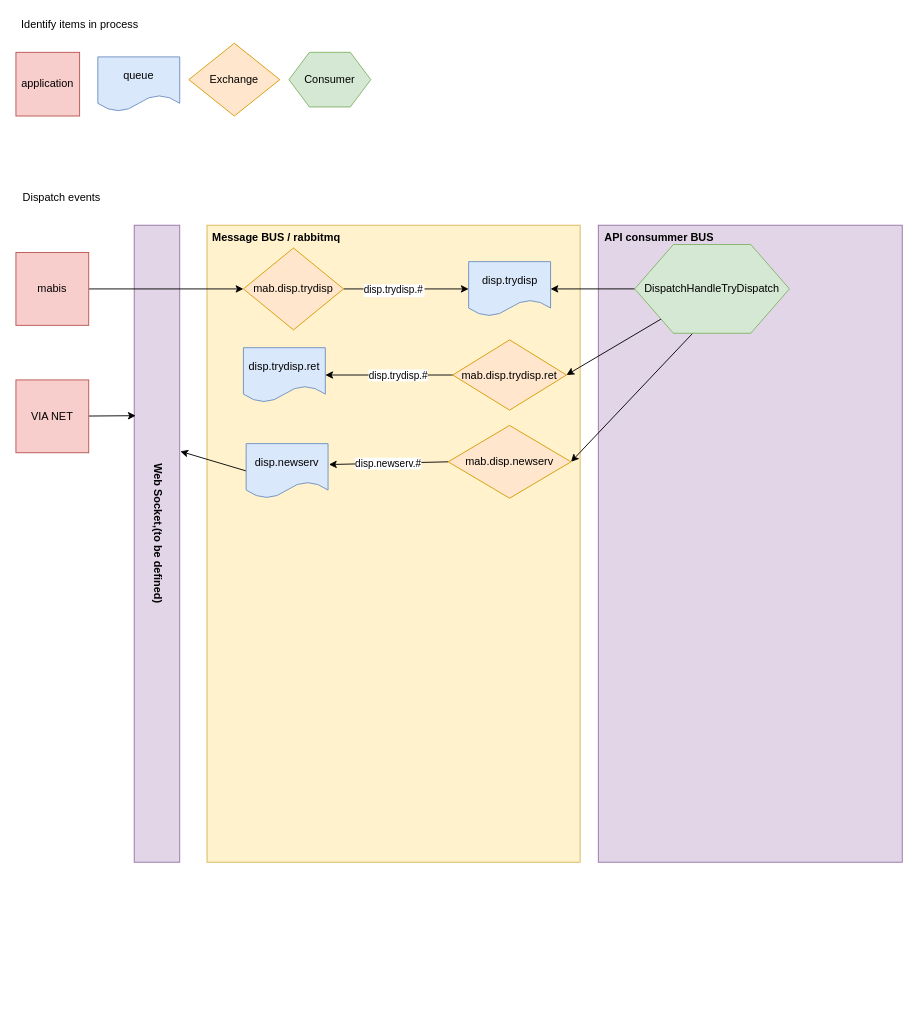
The draw.io diagram page "Fluxo por processo" (2 of 2) of dispatch/Processo Dispatch.drawio in rodrigoporcionato/estudos, before the edit. Source tidied: cells renumbered, new cells numbered last; positions are measured from the earlier drawing's top-left corner, leaving out a move shared by most shapes. Both pictures are drawn from the tidied source at 91%, with x=0, y=0 at pixel (15, 15).
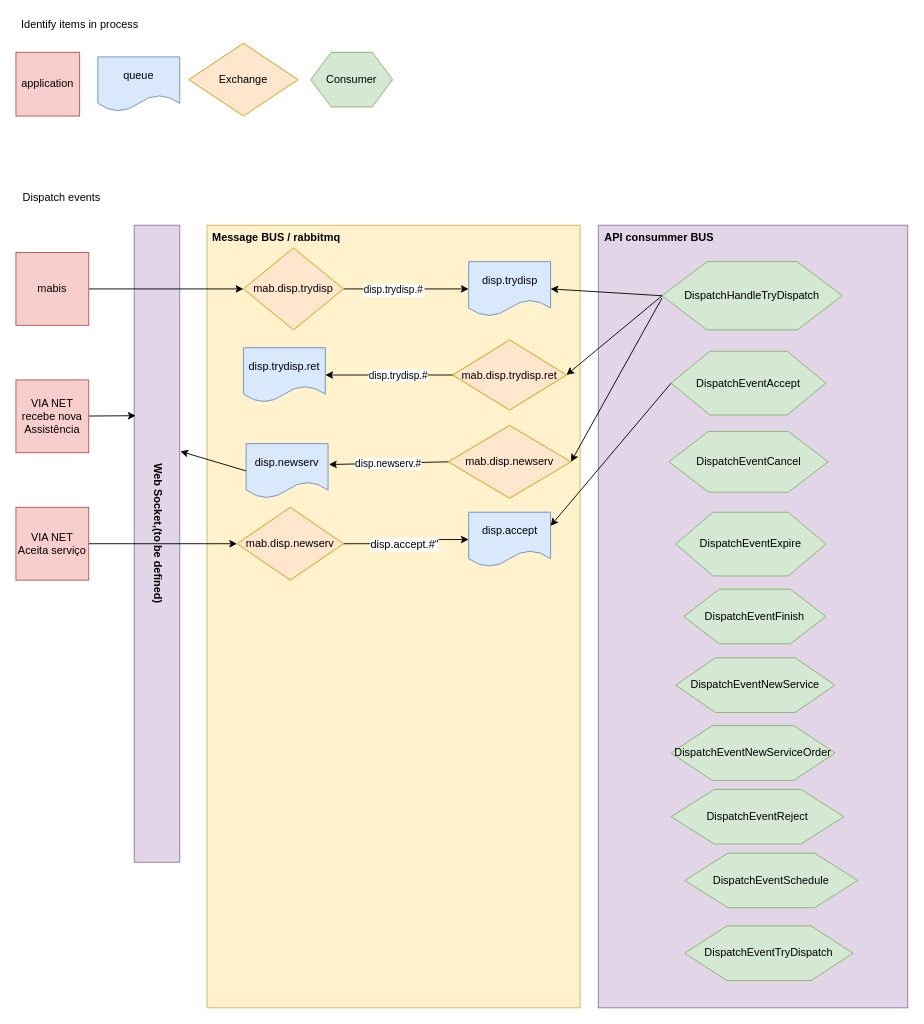
After the change.

Unchanged cells that the change refers to:
```xml
<mxCell id="24" value="mab.disp.trydisp.ret" style="rhombus;whiteSpace=wrap;html=1;fillColor=#ffe6cc;strokeColor=#d79b00;" parent="1" vertex="1">
  <mxGeometry x="480" y="356" width="125" height="77.2" as="geometry" />
</mxCell>
<mxCell id="30" value="mab.disp.newserv" style="rhombus;whiteSpace=wrap;html=1;fillColor=#ffe6cc;strokeColor=#d79b00;" parent="1" vertex="1">
  <mxGeometry x="475" y="450" width="135" height="80" as="geometry" />
</mxCell>
```

What changed in the source:
```diff
@@
     <mxCell id="3" style="rounded=0;whiteSpace=wrap;html=1;fillColor=#e1d5e7;strokeColor=#9673a6;" parent="1" vertex="1">
-      <mxGeometry x="640" y="230" width="334" height="700" as="geometry" />
+      <mxGeometry x="640" y="230" width="340" height="860" as="geometry" />
     </mxCell>
     <mxCell id="4" style="rounded=0;whiteSpace=wrap;html=1;fillColor=#fff2cc;strokeColor=#d6b656;" parent="1" vertex="1">
-      <mxGeometry x="210" y="230" width="410" height="700" as="geometry" />
+      <mxGeometry x="210" y="230" width="410" height="860" as="geometry" />
     </mxCell>
@@
     <mxCell id="6" value="Exchange" style="rhombus;whiteSpace=wrap;html=1;fillColor=#ffe6cc;strokeColor=#d79b00;" parent="1" vertex="1">
-      <mxGeometry x="190" y="30" width="100" height="80" as="geometry" />
+      <mxGeometry x="190" y="30" width="120" height="80" as="geometry" />
     </mxCell>
@@
     <mxCell id="14" value="Consumer" style="shape=hexagon;perimeter=hexagonPerimeter2;whiteSpace=wrap;html=1;fillColor=#d5e8d4;strokeColor=#82b366;" parent="1" vertex="1">
-      <mxGeometry x="300" y="40" width="90" height="60" as="geometry" />
+      <mxGeometry x="324" y="40" width="90" height="60" as="geometry" />
     </mxCell>
@@
-    <mxCell id="18" style="rounded=0;jettySize=auto;html=1;entryX=1;entryY=0.5;entryDx=0;entryDy=0;" parent="1" edge="1" source="20" target="24">
+    <mxCell id="18" style="rounded=0;jettySize=auto;html=1;entryX=1;entryY=0.5;entryDx=0;entryDy=0;exitX=0;exitY=0.5;exitDx=0;exitDy=0;" parent="1" edge="1" source="20" target="24">
       <mxGeometry relative="1" as="geometry" />
     </mxCell>
-    <mxCell id="19" style="edgeStyle=none;rounded=0;jettySize=auto;html=1;exitX=0.375;exitY=1;exitDx=0;exitDy=0;entryX=1;entryY=0.5;entryDx=0;entryDy=0;" parent="1" edge="1" source="20" target="30">
-      <mxGeometry relative="1" as="geometry" />
+    <mxCell id="19" style="edgeStyle=none;rounded=0;jettySize=auto;html=1;entryX=1;entryY=0.5;entryDx=0;entryDy=0;" parent="1" edge="1" target="30">
+      <mxGeometry relative="1" as="geometry">
+        <mxPoint x="710" y="310" as="sourcePoint" />
+      </mxGeometry>
     </mxCell>
     <mxCell id="20" value="DispatchHandleTryDispatch" style="shape=hexagon;perimeter=hexagonPerimeter2;whiteSpace=wrap;html=1;fillColor=#d5e8d4;strokeColor=#82b366;" parent="1" vertex="1">
-      <mxGeometry x="680" y="251.2" width="170" height="97.5" as="geometry" />
+      <mxGeometry x="710" y="270" width="198" height="75" as="geometry" />
     </mxCell>
@@
-    <mxCell id="28" value="VIA NET" style="whiteSpace=wrap;html=1;fillColor=#f8cecc;strokeColor=#b85450;" parent="1" vertex="1">
+    <mxCell id="28" value="VIA NET&lt;br&gt;recebe nova Assistência" style="whiteSpace=wrap;html=1;fillColor=#f8cecc;strokeColor=#b85450;" parent="1" vertex="1">
       <mxGeometry y="400" width="80" height="80" as="geometry" />
     </mxCell>
@@
+    <mxCell id="34" style="edgeStyle=orthogonalEdgeStyle;rounded=0;jettySize=auto;html=1;exitX=1;exitY=0.5;exitDx=0;exitDy=0;" parent="1" edge="1" source="35" target="38">
+      <mxGeometry relative="1" as="geometry" />
+    </mxCell>
+    <mxCell id="35" value="VIA NET&lt;br&gt;Aceita serviço" style="whiteSpace=wrap;html=1;fillColor=#f8cecc;strokeColor=#b85450;" parent="1" vertex="1">
+      <mxGeometry y="540" width="80" height="80" as="geometry" />
+    </mxCell>
+    <mxCell id="36" style="edgeStyle=orthogonalEdgeStyle;rounded=0;jettySize=auto;html=1;exitX=1;exitY=0.5;exitDx=0;exitDy=0;entryX=0;entryY=0.5;entryDx=0;entryDy=0;" parent="1" edge="1" source="38" target="39">
+      <mxGeometry relative="1" as="geometry" />
+    </mxCell>
+    <mxCell id="37" value="disp.accept.#&quot;" style="text;html=1;align=center;verticalAlign=middle;labelBackgroundColor=#ffffff;" parent="36" vertex="1">
+      <mxGeometry x="-0.21" relative="1" as="geometry">
+        <mxPoint x="10" as="offset" />
+      </mxGeometry>
+    </mxCell>
+    <mxCell id="38" value="mab.disp.newserv" style="rhombus;whiteSpace=wrap;html=1;fillColor=#ffe6cc;strokeColor=#d79b00;" parent="1" vertex="1">
+      <mxGeometry x="243" y="540" width="117" height="80" as="geometry" />
+    </mxCell>
+    <mxCell id="39" value="disp.accept" style="shape=document;whiteSpace=wrap;html=1;boundedLbl=1;fillColor=#dae8fc;strokeColor=#6c8ebf;" parent="1" vertex="1">
+      <mxGeometry x="497.5" y="545.4" width="90" height="60" as="geometry" />
+    </mxCell>
+    <mxCell id="40" style="rounded=0;jettySize=auto;html=1;exitX=0;exitY=0.5;exitDx=0;exitDy=0;entryX=1;entryY=0.25;entryDx=0;entryDy=0;" parent="1" edge="1" source="41" target="39">
+      <mxGeometry relative="1" as="geometry" />
+    </mxCell>
+    <mxCell id="41" value="DispatchEventAccept" style="shape=hexagon;perimeter=hexagonPerimeter2;whiteSpace=wrap;html=1;fillColor=#d5e8d4;strokeColor=#82b366;" parent="1" vertex="1">
+      <mxGeometry x="720" y="368.5" width="170" height="70" as="geometry" />
+    </mxCell>
+    <mxCell id="42" value="DispatchEventCancel" style="shape=hexagon;perimeter=hexagonPerimeter2;whiteSpace=wrap;html=1;fillColor=#d5e8d4;strokeColor=#82b366;" parent="1" vertex="1">
+      <mxGeometry x="717.5" y="456.6" width="175" height="66.8" as="geometry" />
+    </mxCell>
+    <mxCell id="43" value="DispatchEventFinish" style="shape=hexagon;perimeter=hexagonPerimeter2;whiteSpace=wrap;html=1;fillColor=#d5e8d4;strokeColor=#82b366;" parent="1" vertex="1">
+      <mxGeometry x="734" y="630" width="156" height="60" as="geometry" />
+    </mxCell>
+    <mxCell id="44" value="DispatchEventExpire" style="shape=hexagon;perimeter=hexagonPerimeter2;whiteSpace=wrap;html=1;fillColor=#d5e8d4;strokeColor=#82b366;" parent="1" vertex="1">
+      <mxGeometry x="725" y="545.4" width="165" height="70" as="geometry" />
+    </mxCell>
+    <mxCell id="45" value="DispatchEventNewService" style="shape=hexagon;perimeter=hexagonPerimeter2;whiteSpace=wrap;html=1;fillColor=#d5e8d4;strokeColor=#82b366;" parent="1" vertex="1">
+      <mxGeometry x="725" y="705.4" width="175" height="60" as="geometry" />
+    </mxCell>
+    <mxCell id="46" value="DispatchEventNewServiceOrder" style="shape=hexagon;perimeter=hexagonPerimeter2;whiteSpace=wrap;html=1;fillColor=#d5e8d4;strokeColor=#82b366;" parent="1" vertex="1">
+      <mxGeometry x="720" y="780" width="180" height="60" as="geometry" />
+    </mxCell>
+    <mxCell id="47" value="DispatchEventReject" style="shape=hexagon;perimeter=hexagonPerimeter2;whiteSpace=wrap;html=1;fillColor=#d5e8d4;strokeColor=#82b366;" parent="1" vertex="1">
+      <mxGeometry x="720" y="850" width="190" height="60" as="geometry" />
+    </mxCell>
+    <mxCell id="48" value="DispatchEventSchedule" style="shape=hexagon;perimeter=hexagonPerimeter2;whiteSpace=wrap;html=1;fillColor=#d5e8d4;strokeColor=#82b366;" parent="1" vertex="1">
+      <mxGeometry x="735" y="920" width="190" height="60" as="geometry" />
+    </mxCell>
+    <mxCell id="49" value="DispatchEventTryDispatch" style="shape=hexagon;perimeter=hexagonPerimeter2;whiteSpace=wrap;html=1;fillColor=#d5e8d4;strokeColor=#82b366;" parent="1" vertex="1">
+      <mxGeometry x="735" y="1000" width="185" height="60" as="geometry" />
+    </mxCell>
```
